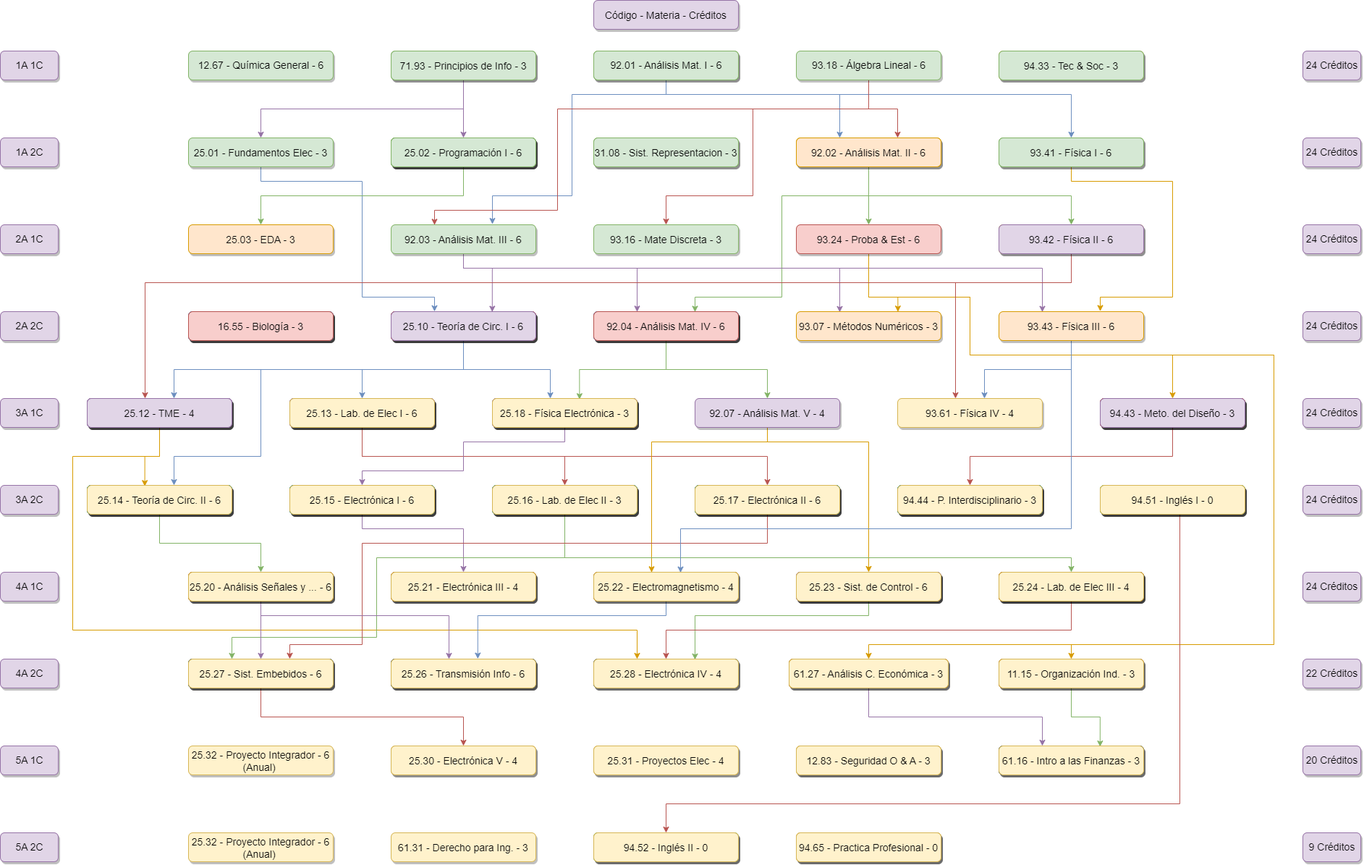
juanipla/K22 keeps this draw.io diagram as K22.drawio.png. Above is the earlier version. Source tidied: cells renumbered, new cells last; positions are measured from the earlier drawing's top-left corner, leaving out a move shared by most shapes.
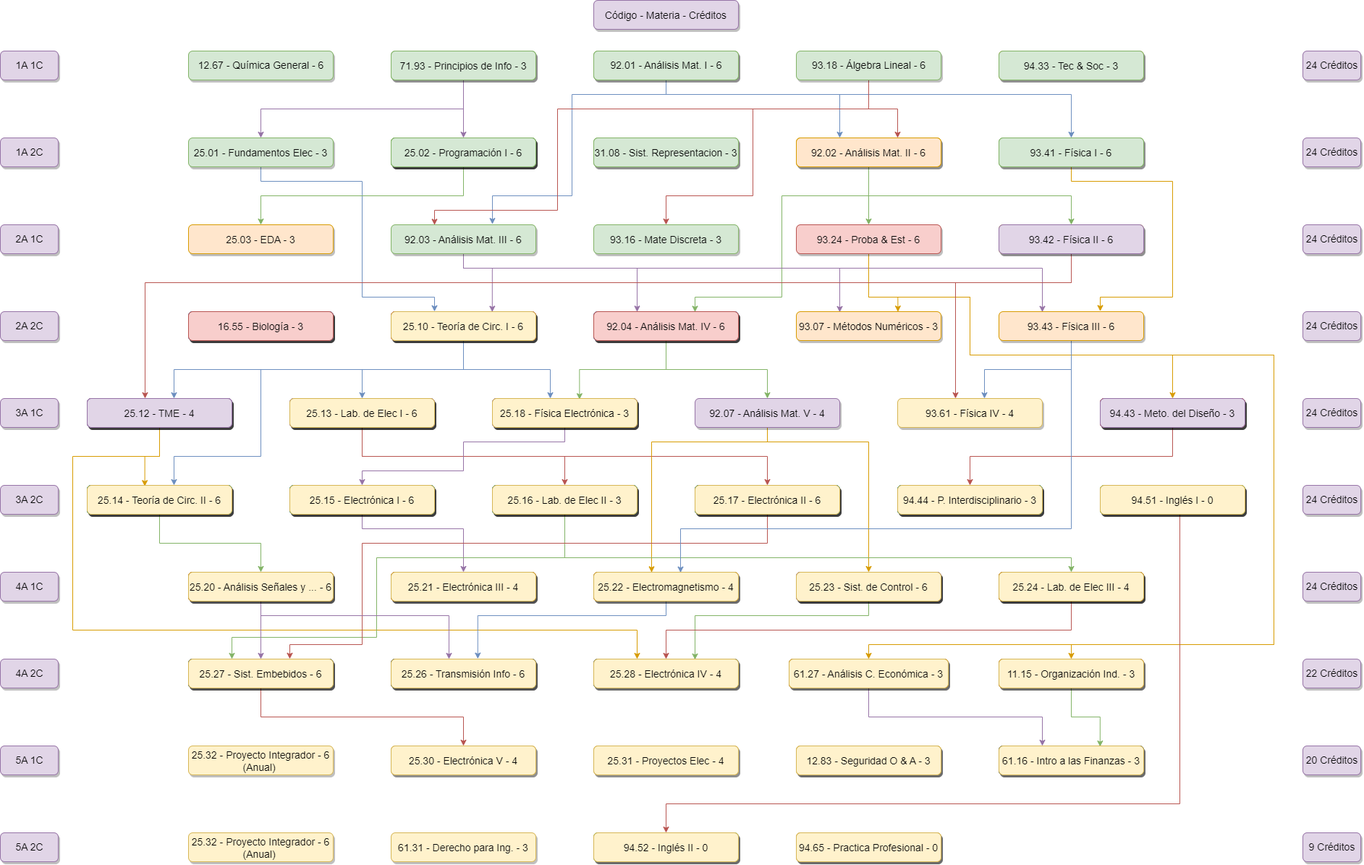
The same file after the commit.

What changed in the source:
```diff
@@ -856,7 +856,7 @@
     <mxCell id="195" value="16.55 - Biología - 3" style="rounded=1;fillColor=#f8cecc;strokeColor=#b85450;shadow=1;fontStyle=0;fontSize=14;labelBorderColor=none;labelBackgroundColor=none;" parent="1" vertex="1">
       <mxGeometry x="260" y="430" width="200" height="40" as="geometry" />
     </mxCell>
-    <mxCell id="196" value="25.10 - Teoría de Circ. I - 6" style="rounded=1;fillColor=#e1d5e7;strokeColor=#9673a6;shadow=1;fontStyle=0;fontSize=14;labelBorderColor=none;labelBackgroundColor=none;" parent="1" vertex="1">
+    <mxCell id="196" value="25.10 - Teoría de Circ. I - 6" style="rounded=1;fillColor=#fff2cc;strokeColor=#d6b656;shadow=1;fontStyle=0;fontSize=14;labelBorderColor=none;labelBackgroundColor=none;" parent="1" vertex="1">
       <mxGeometry x="540" y="430" width="200" height="40" as="geometry" />
     </mxCell>
     <mxCell id="197" value="92.04 - Análisis Mat. IV - 6" style="rounded=1;fillColor=#f8cecc;strokeColor=#b85450;shadow=1;fontStyle=0;fontSize=14;labelBorderColor=none;labelBackgroundColor=none;verticalAlign=middle;" parent="1" vertex="1">
```
